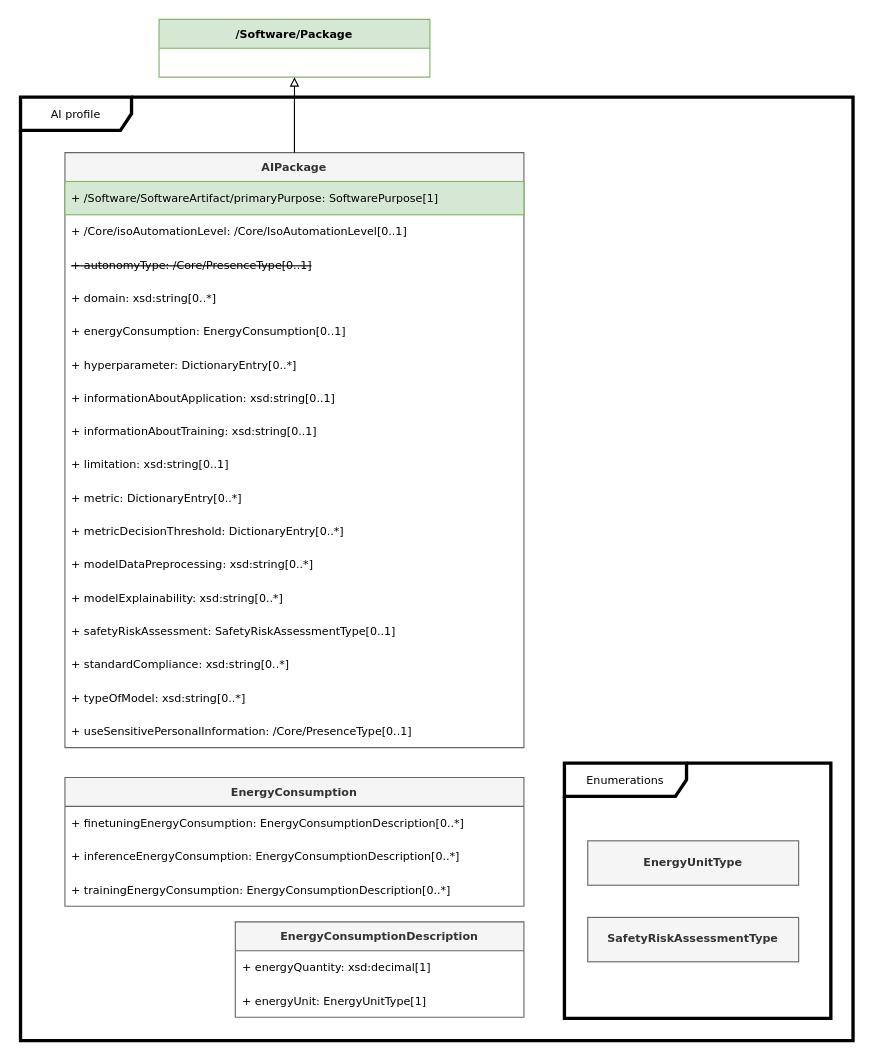
Above: page "AI" (7 of 13) of docs/model.drawio in stevenc-stb/spdx-3-model (draw.io), before the change. Source tidied: cells renumbered, new cells numbered last; positions are measured from the earlier drawing's top-left corner, leaving out a move shared by most shapes. Both pictures are drawn from the tidied source at 111%, with x=0, y=0 at pixel (20, 19).
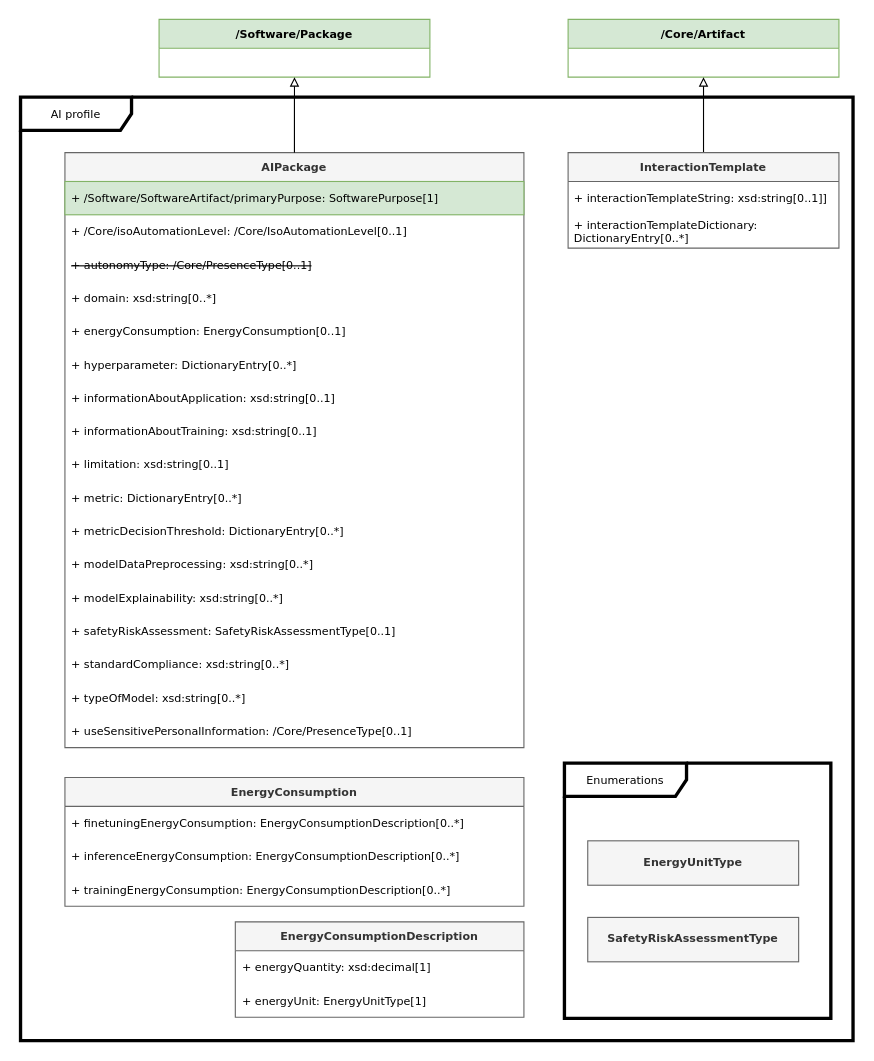
The same page after the edit.

The edit, as a diff of the source:
```diff
@@
+    <mxCell id="34" value="/Core/Artifact" style="swimlane;fontStyle=1;horizontal=1;startSize=26;fillColor=#d5e8d4;strokeColor=#82b366;fontFamily=Verdana;fontSize=10;" parent="1" vertex="1">
+      <mxGeometry x="493.3" width="244" height="52" as="geometry" />
+    </mxCell>
+    <mxCell id="35" style="edgeStyle=orthogonalEdgeStyle;rounded=0;jettySize=auto;html=1;endArrow=block;endFill=0;" parent="1" edge="1" source="36" target="34">
+      <mxGeometry relative="1" as="geometry" />
+    </mxCell>
+    <mxCell id="36" value="InteractionTemplate" style="swimlane;fontStyle=1;horizontal=1;startSize=26;fillColor=#f5f5f5;strokeColor=#666666;fontFamily=Verdana;fontSize=10;fontColor=#333333;" parent="1" vertex="1">
+      <mxGeometry x="493.3" y="120" width="244" height="86" as="geometry" />
+    </mxCell>
+    <mxCell id="37" value="+ interactionTemplateString:&amp;nbsp;xsd:string[0..1]]" style="text;strokeColor=none;fillColor=none;align=left;verticalAlign=middle;spacingLeft=4;spacingRight=4;overflow=hidden;whiteSpace=wrap;html=1;fontColor=#000000;fontFamily=Verdana;fontSize=10;" parent="36" vertex="1">
+      <mxGeometry y="26" width="244" height="30" as="geometry" />
+    </mxCell>
+    <mxCell id="38" value="+ interactionTemplateDictionary: DictionaryEntry[0..*]" style="text;strokeColor=none;fillColor=none;align=left;verticalAlign=middle;spacingLeft=4;spacingRight=4;overflow=hidden;whiteSpace=wrap;html=1;fontColor=#000000;fontFamily=Verdana;fontSize=10;" parent="36" vertex="1">
+      <mxGeometry y="56" width="244" height="30" as="geometry" />
+    </mxCell>
```
